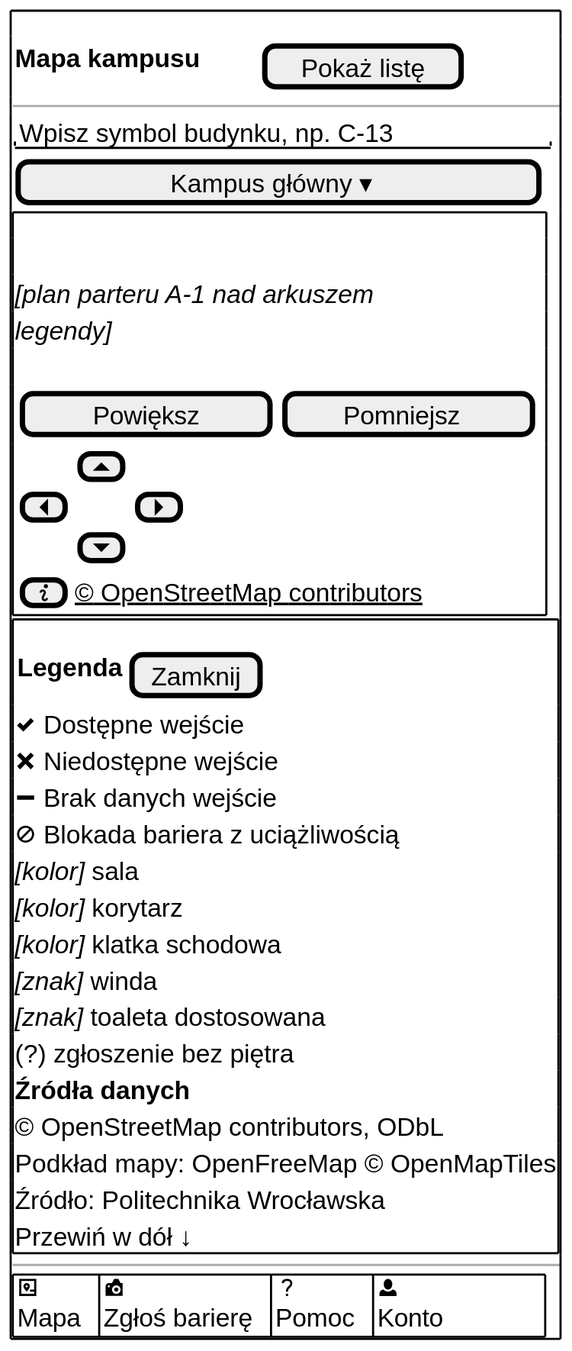
dostepny-kampus/dostepny-kampus keeps this PlantUML diagram as docs/docs/_generated/m-v1-mapa-plan-legenda.svg. Above is the earlier version.
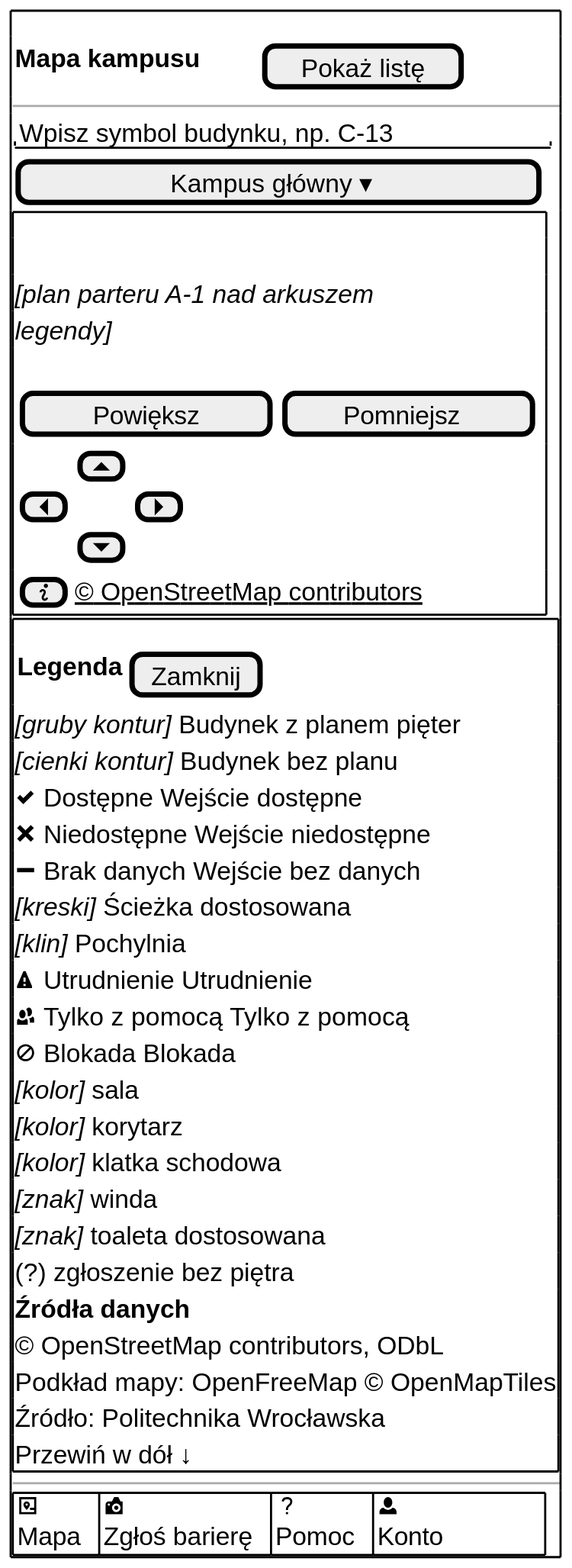
The same diagram one commit later.

Diff of the diagram source:
```diff
@@ -10,10 +10,16 @@
 $mapa("plan parteru A-1 nad arkuszem legendy", "", "info")
 $ramka()
 { <b>Legenda</b> | [Zamknij] }
-$dostepne() wejście
-$niedostepne() wejście
-$brak_danych() wejście
-$blokada() bariera z uciążliwością
+<i>[gruby kontur]</i> Budynek z planem pięter
+<i>[cienki kontur]</i> Budynek bez planu
+$dostepne() Wejście dostępne
+$niedostepne() Wejście niedostępne
+$brak_danych() Wejście bez danych
+<i>[kreski]</i> Ścieżka dostosowana
+<i>[klin]</i> Pochylnia
+$utrudnienie() Utrudnienie
+$tylko_z_pomoca() Tylko z pomocą
+$blokada() Blokada
 <i>[kolor]</i> sala
 <i>[kolor]</i> korytarz
 <i>[kolor]</i> klatka schodowa
```
